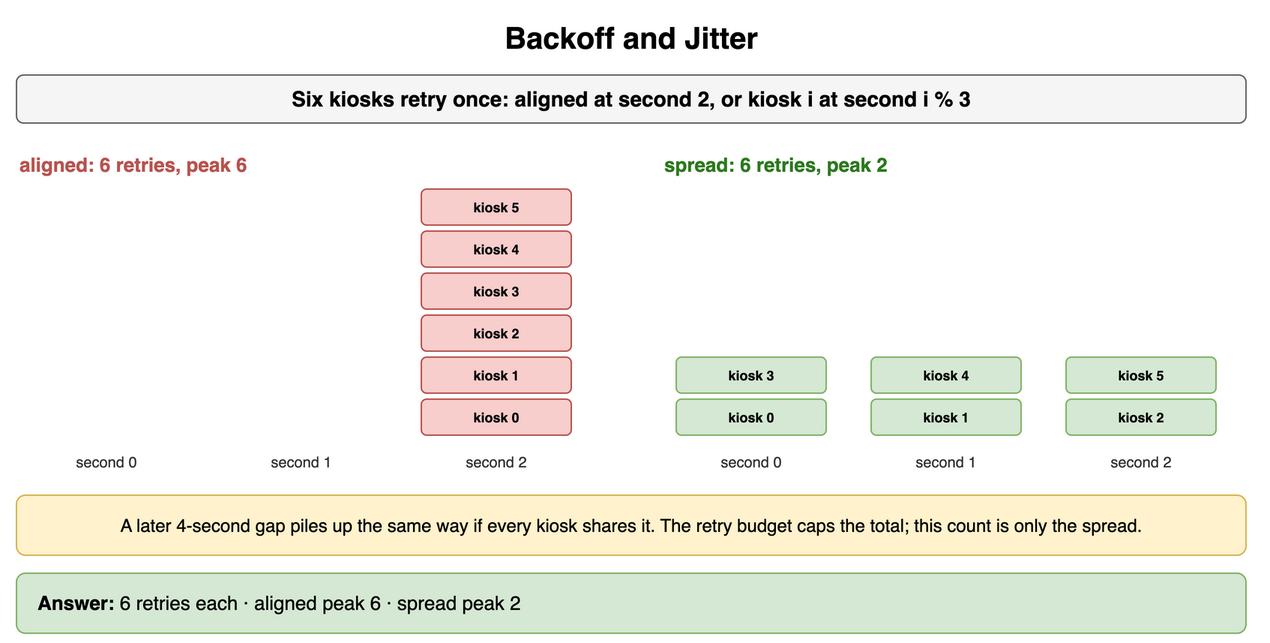
This is content/09_System_Design_Interview/15_Distributed_System_Failure_Modes/diagrams/failure-modes-drills-4-backoff-and-jitter.png from amendez13/swe-study-guide, a draw.io export, as it was before one commit. Source tidied: cells renumbered, new cells last; positions are measured from the earlier drawing's top-left corner, leaving out a move shared by most shapes.
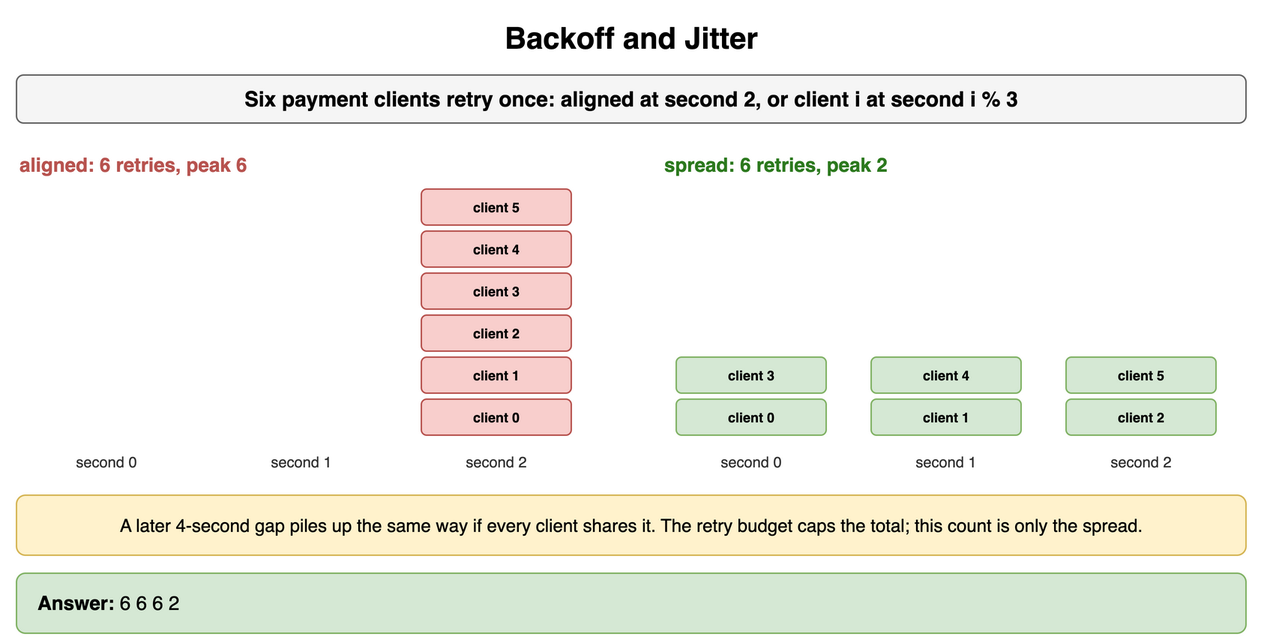
The same file after the commit.

What changed in the source:
```diff
@@ -5,7 +5,7 @@
     <mxCell id="2" value="Backoff and Jitter" style="text;html=1;align=center;verticalAlign=middle;whiteSpace=wrap;fontSize=20;fontStyle=1;" parent="1" vertex="1">
       <mxGeometry width="820" height="30" as="geometry" />
     </mxCell>
-    <mxCell id="3" value="Six kiosks retry once: aligned at second 2, or kiosk i at second i % 3" style="rounded=1;whiteSpace=wrap;html=1;fillColor=#f5f5f5;strokeColor=#666666;fontStyle=1;fontSize=14;" parent="1" vertex="1">
+    <mxCell id="3" value="Six payment clients retry once: aligned at second 2, or client i at second i % 3" style="rounded=1;whiteSpace=wrap;html=1;fillColor=#f5f5f5;strokeColor=#666666;fontStyle=1;fontSize=14;" parent="1" vertex="1">
       <mxGeometry y="40" width="820" height="32" as="geometry" />
     </mxCell>
     <mxCell id="4" value="aligned: 6 retries, peak 6" style="text;html=1;whiteSpace=wrap;fontSize=11;align=left;verticalAlign=middle;fontSize=13;fontColor=#b85450;fontStyle=1;" parent="1" vertex="1">
@@ -20,22 +20,22 @@
     <mxCell id="7" value="second 2" style="text;html=1;whiteSpace=wrap;fontSize=11;align=center;verticalAlign=middle;fontSize=10;fontColor=#333333;" parent="1" vertex="1">
       <mxGeometry x="260" y="290" width="120" height="16" as="geometry" />
     </mxCell>
-    <mxCell id="8" value="kiosk 0" style="rounded=1;whiteSpace=wrap;html=1;fillColor=#f8cecc;strokeColor=#b85450;fontSize=9;align=center;fontStyle=1;" parent="1" vertex="1">
+    <mxCell id="8" value="client 0" style="rounded=1;whiteSpace=wrap;html=1;fillColor=#f8cecc;strokeColor=#b85450;fontSize=9;align=center;fontStyle=1;" parent="1" vertex="1">
       <mxGeometry x="270" y="256" width="100" height="24" as="geometry" />
     </mxCell>
-    <mxCell id="9" value="kiosk 1" style="rounded=1;whiteSpace=wrap;html=1;fillColor=#f8cecc;strokeColor=#b85450;fontSize=9;align=center;fontStyle=1;" parent="1" vertex="1">
+    <mxCell id="9" value="client 1" style="rounded=1;whiteSpace=wrap;html=1;fillColor=#f8cecc;strokeColor=#b85450;fontSize=9;align=center;fontStyle=1;" parent="1" vertex="1">
       <mxGeometry x="270" y="228" width="100" height="24" as="geometry" />
     </mxCell>
-    <mxCell id="10" value="kiosk 2" style="rounded=1;whiteSpace=wrap;html=1;fillColor=#f8cecc;strokeColor=#b85450;fontSize=9;align=center;fontStyle=1;" parent="1" vertex="1">
+    <mxCell id="10" value="client 2" style="rounded=1;whiteSpace=wrap;html=1;fillColor=#f8cecc;strokeColor=#b85450;fontSize=9;align=center;fontStyle=1;" parent="1" vertex="1">
       <mxGeometry x="270" y="200" width="100" height="24" as="geometry" />
     </mxCell>
-    <mxCell id="11" value="kiosk 3" style="rounded=1;whiteSpace=wrap;html=1;fillColor=#f8cecc;strokeColor=#b85450;fontSize=9;align=center;fontStyle=1;" parent="1" vertex="1">
+    <mxCell id="11" value="client 3" style="rounded=1;whiteSpace=wrap;html=1;fillColor=#f8cecc;strokeColor=#b85450;fontSize=9;align=center;fontStyle=1;" parent="1" vertex="1">
       <mxGeometry x="270" y="172" width="100" height="24" as="geometry" />
     </mxCell>
-    <mxCell id="12" value="kiosk 4" style="rounded=1;whiteSpace=wrap;html=1;fillColor=#f8cecc;strokeColor=#b85450;fontSize=9;align=center;fontStyle=1;" parent="1" vertex="1">
+    <mxCell id="12" value="client 4" style="rounded=1;whiteSpace=wrap;html=1;fillColor=#f8cecc;strokeColor=#b85450;fontSize=9;align=center;fontStyle=1;" parent="1" vertex="1">
       <mxGeometry x="270" y="144" width="100" height="24" as="geometry" />
     </mxCell>
-    <mxCell id="13" value="kiosk 5" style="rounded=1;whiteSpace=wrap;html=1;fillColor=#f8cecc;strokeColor=#b85450;fontSize=9;align=center;fontStyle=1;" parent="1" vertex="1">
+    <mxCell id="13" value="client 5" style="rounded=1;whiteSpace=wrap;html=1;fillColor=#f8cecc;strokeColor=#b85450;fontSize=9;align=center;fontStyle=1;" parent="1" vertex="1">
       <mxGeometry x="270" y="116" width="100" height="24" as="geometry" />
     </mxCell>
     <mxCell id="14" value="spread: 6 retries, peak 2" style="text;html=1;whiteSpace=wrap;fontSize=11;align=left;verticalAlign=middle;fontSize=13;fontColor=#2d7a1f;fontStyle=1;" parent="1" vertex="1">
@@ -44,34 +44,34 @@
     <mxCell id="15" value="second 0" style="text;html=1;whiteSpace=wrap;fontSize=11;align=center;verticalAlign=middle;fontSize=10;fontColor=#333333;" parent="1" vertex="1">
       <mxGeometry x="430" y="290" width="120" height="16" as="geometry" />
     </mxCell>
-    <mxCell id="16" value="kiosk 0" style="rounded=1;whiteSpace=wrap;html=1;fillColor=#d5e8d4;strokeColor=#82b366;fontSize=9;align=center;fontStyle=1;" parent="1" vertex="1">
+    <mxCell id="16" value="client 0" style="rounded=1;whiteSpace=wrap;html=1;fillColor=#d5e8d4;strokeColor=#82b366;fontSize=9;align=center;fontStyle=1;" parent="1" vertex="1">
       <mxGeometry x="440" y="256" width="100" height="24" as="geometry" />
     </mxCell>
-    <mxCell id="17" value="kiosk 3" style="rounded=1;whiteSpace=wrap;html=1;fillColor=#d5e8d4;strokeColor=#82b366;fontSize=9;align=center;fontStyle=1;" parent="1" vertex="1">
+    <mxCell id="17" value="client 3" style="rounded=1;whiteSpace=wrap;html=1;fillColor=#d5e8d4;strokeColor=#82b366;fontSize=9;align=center;fontStyle=1;" parent="1" vertex="1">
       <mxGeometry x="440" y="228" width="100" height="24" as="geometry" />
     </mxCell>
     <mxCell id="18" value="second 1" style="text;html=1;whiteSpace=wrap;fontSize=11;align=center;verticalAlign=middle;fontSize=10;fontColor=#333333;" parent="1" vertex="1">
       <mxGeometry x="560" y="290" width="120" height="16" as="geometry" />
     </mxCell>
-    <mxCell id="19" value="kiosk 1" style="rounded=1;whiteSpace=wrap;html=1;fillColor=#d5e8d4;strokeColor=#82b366;fontSize=9;align=center;fontStyle=1;" parent="1" vertex="1">
+    <mxCell id="19" value="client 1" style="rounded=1;whiteSpace=wrap;html=1;fillColor=#d5e8d4;strokeColor=#82b366;fontSize=9;align=center;fontStyle=1;" parent="1" vertex="1">
       <mxGeometry x="570" y="256" width="100" height="24" as="geometry" />
     </mxCell>
-    <mxCell id="20" value="kiosk 4" style="rounded=1;whiteSpace=wrap;html=1;fillColor=#d5e8d4;strokeColor=#82b366;fontSize=9;align=center;fontStyle=1;" parent="1" vertex="1">
+    <mxCell id="20" value="client 4" style="rounded=1;whiteSpace=wrap;html=1;fillColor=#d5e8d4;strokeColor=#82b366;fontSize=9;align=center;fontStyle=1;" parent="1" vertex="1">
       <mxGeometry x="570" y="228" width="100" height="24" as="geometry" />
     </mxCell>
     <mxCell id="21" value="second 2" style="text;html=1;whiteSpace=wrap;fontSize=11;align=center;verticalAlign=middle;fontSize=10;fontColor=#333333;" parent="1" vertex="1">
       <mxGeometry x="690" y="290" width="120" height="16" as="geometry" />
     </mxCell>
-    <mxCell id="22" value="kiosk 2" style="rounded=1;whiteSpace=wrap;html=1;fillColor=#d5e8d4;strokeColor=#82b366;fontSize=9;align=center;fontStyle=1;" parent="1" vertex="1">
+    <mxCell id="22" value="client 2" style="rounded=1;whiteSpace=wrap;html=1;fillColor=#d5e8d4;strokeColor=#82b366;fontSize=9;align=center;fontStyle=1;" parent="1" vertex="1">
       <mxGeometry x="700" y="256" width="100" height="24" as="geometry" />
     </mxCell>
-    <mxCell id="23" value="kiosk 5" style="rounded=1;whiteSpace=wrap;html=1;fillColor=#d5e8d4;strokeColor=#82b366;fontSize=9;align=center;fontStyle=1;" parent="1" vertex="1">
+    <mxCell id="23" value="client 5" style="rounded=1;whiteSpace=wrap;html=1;fillColor=#d5e8d4;strokeColor=#82b366;fontSize=9;align=center;fontStyle=1;" parent="1" vertex="1">
       <mxGeometry x="700" y="228" width="100" height="24" as="geometry" />
     </mxCell>
-    <mxCell id="24" value="A later 4-second gap piles up the same way if every kiosk shares it. The retry budget caps the total; this count is only the spread." style="rounded=1;whiteSpace=wrap;html=1;fillColor=#fff2cc;strokeColor=#d6b656;fontSize=12;align=center;" parent="1" vertex="1">
+    <mxCell id="24" value="A later 4-second gap piles up the same way if every client shares it. The retry budget caps the total; this count is only the spread." style="rounded=1;whiteSpace=wrap;html=1;fillColor=#fff2cc;strokeColor=#d6b656;fontSize=12;align=center;" parent="1" vertex="1">
       <mxGeometry y="320" width="820" height="40" as="geometry" />
     </mxCell>
-    <mxCell id="25" value="&lt;b&gt;Answer:&lt;/b&gt; 6 retries each · aligned peak 6 · spread peak 2" style="rounded=1;whiteSpace=wrap;html=1;fillColor=#d5e8d4;strokeColor=#82b366;fontSize=13;align=left;spacingLeft=12;" parent="1" vertex="1">
+    <mxCell id="25" value="&lt;b&gt;Answer:&lt;/b&gt; 6 6 6 2" style="rounded=1;whiteSpace=wrap;html=1;fillColor=#d5e8d4;strokeColor=#82b366;fontSize=13;align=left;spacingLeft=12;" parent="1" vertex="1">
       <mxGeometry y="372" width="820" height="40" as="geometry" />
     </mxCell>
   </root>
```
